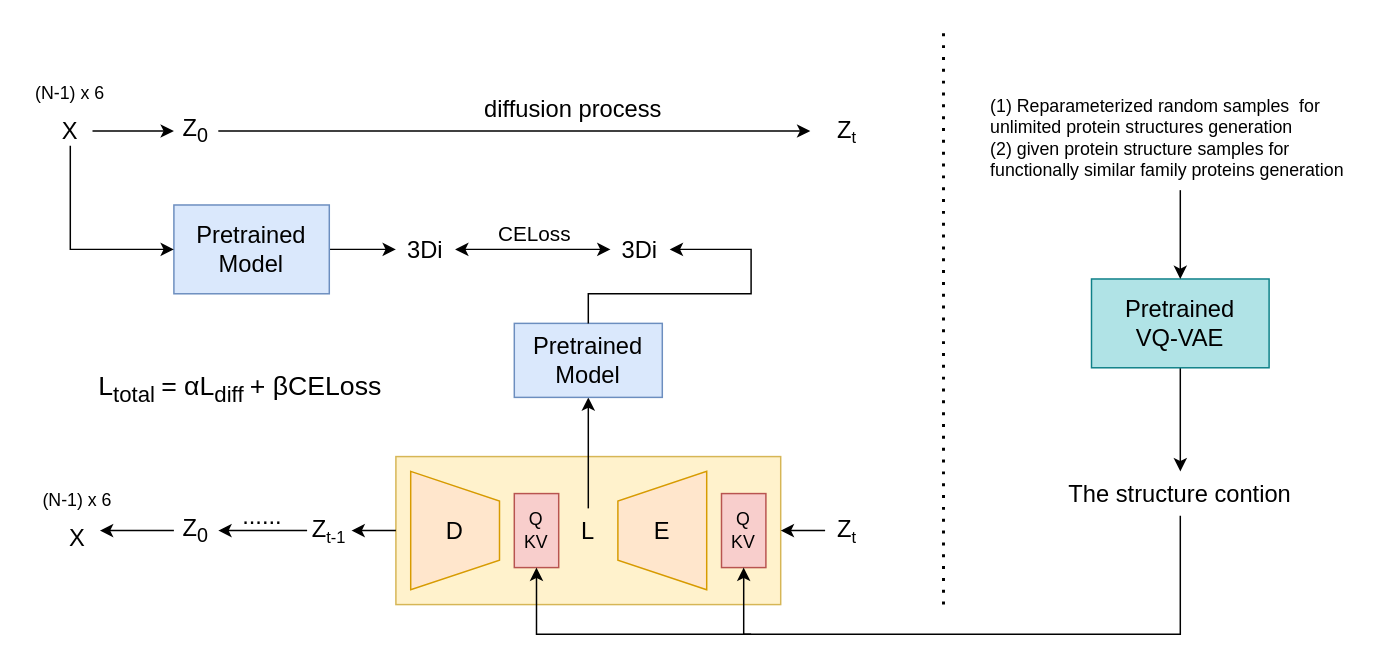
This is foldingdiff.drawio from cauchy-max/my-room, a draw.io file, before an edit. Source tidied: cells renumbered, new cells numbered last; positions are measured from the earlier drawing's top-left corner, leaving out a move shared by most shapes. Both pictures are drawn from the tidied source at 148%, with x=0, y=0 at pixel (25, 27).
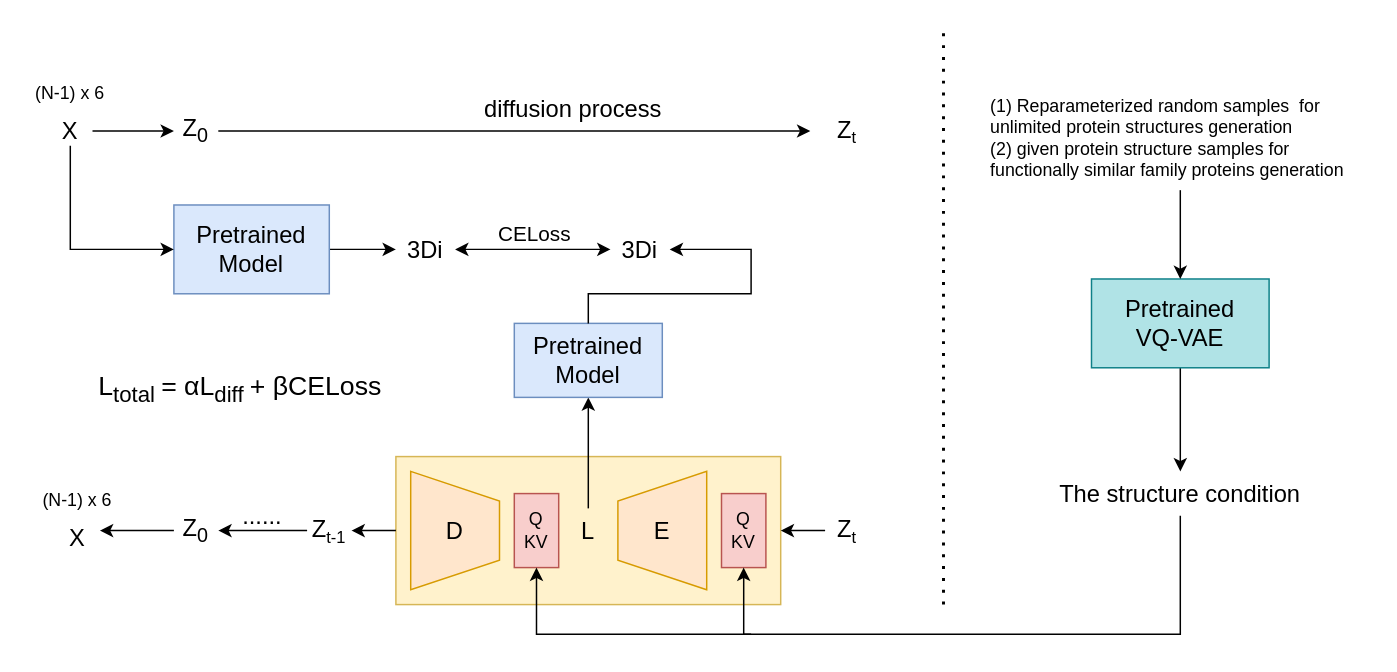
The same diagram, later.

Change to the diagram source:
```diff
@@
-    <mxCell id="18" value="&lt;font style=&quot;font-size: 16px;&quot;&gt;The structure contion&lt;/font&gt;" style="text;html=1;strokeColor=none;fillColor=none;align=center;verticalAlign=middle;whiteSpace=wrap;rounded=0;" parent="1" vertex="1">
-      <mxGeometry x="700" y="300" width="160" height="30" as="geometry" />
+    <mxCell id="18" value="&lt;font style=&quot;font-size: 16px;&quot;&gt;The structure condition&lt;/font&gt;" style="text;html=1;strokeColor=none;fillColor=none;align=center;verticalAlign=middle;whiteSpace=wrap;rounded=0;" parent="1" vertex="1">
+      <mxGeometry x="695" y="300" width="170" height="30" as="geometry" />
     </mxCell>
```
